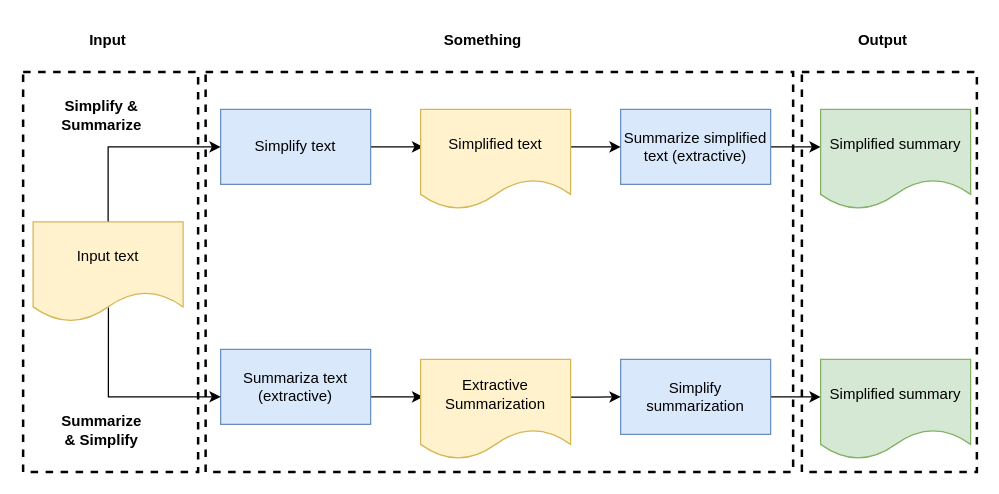
peshmerge/REDI-PROJECT keeps this draw.io diagram as simplified_summary_diagram.drawio. Above is the earlier version. Source tidied: cells renumbered, new cells numbered last; positions are measured from the earlier drawing's top-left corner, leaving out a move shared by most shapes. Both pictures are drawn from the tidied source at 125%, with x=0, y=0 at pixel (22, 21).
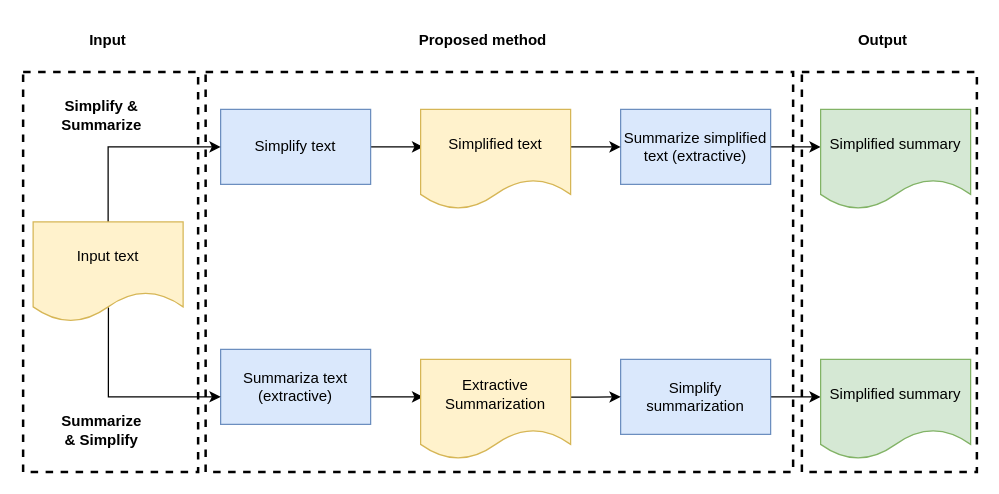
The same page after the edit.

What changed in the source:
```diff
@@
-    <mxCell id="25" value="&lt;b&gt;Something&lt;/b&gt;" style="text;html=1;strokeColor=none;fillColor=none;align=center;verticalAlign=middle;whiteSpace=wrap;rounded=0;dashed=1;" parent="1" vertex="1">
+    <mxCell id="25" value="&lt;b&gt;Proposed method&lt;/b&gt;" style="text;html=1;strokeColor=none;fillColor=none;align=center;verticalAlign=middle;whiteSpace=wrap;rounded=0;dashed=1;" parent="1" vertex="1">
       <mxGeometry x="288" width="160" height="30" as="geometry" />
     </mxCell>
```
